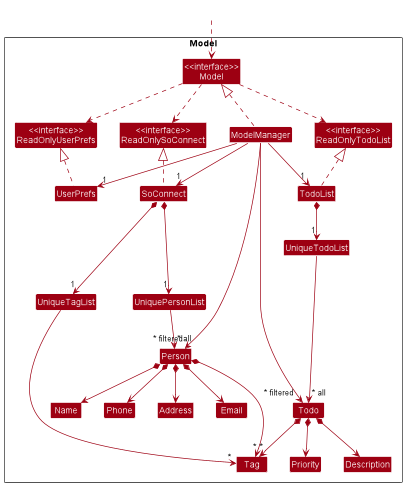
This is docs/images/ModelClassDiagram.png from nus-cs2103-AY2223S1/tp, a PlantUML export, as it was before one commit.
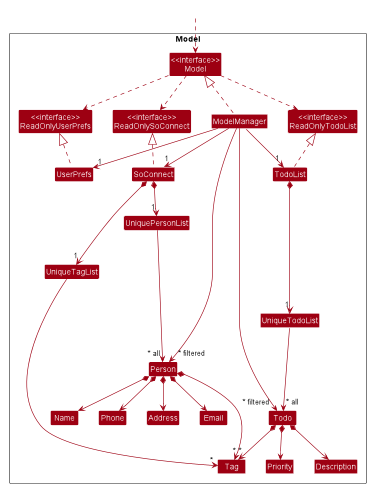
After the commit.

What changed in the source:
```diff
@@ -46,7 +46,7 @@
 UserPrefs .up.|> ReadOnlyUserPrefs
 
 SoConnect *--> "1" UniquePersonList
-UniquePersonList --> "~* all" Person
+UniquePersonList ----> "~* all" Person
 Person *--> Name
 Person *--> Phone
 Person *--> Email
@@ -67,5 +67,5 @@
 Address -[hidden]right-> Email
 
 ModelManager ----->"~* filtered" Person
-ModelManager ------> "~* filtered" Todo
+ModelManager -------> "~* filtered" Todo
 @enduml
```
